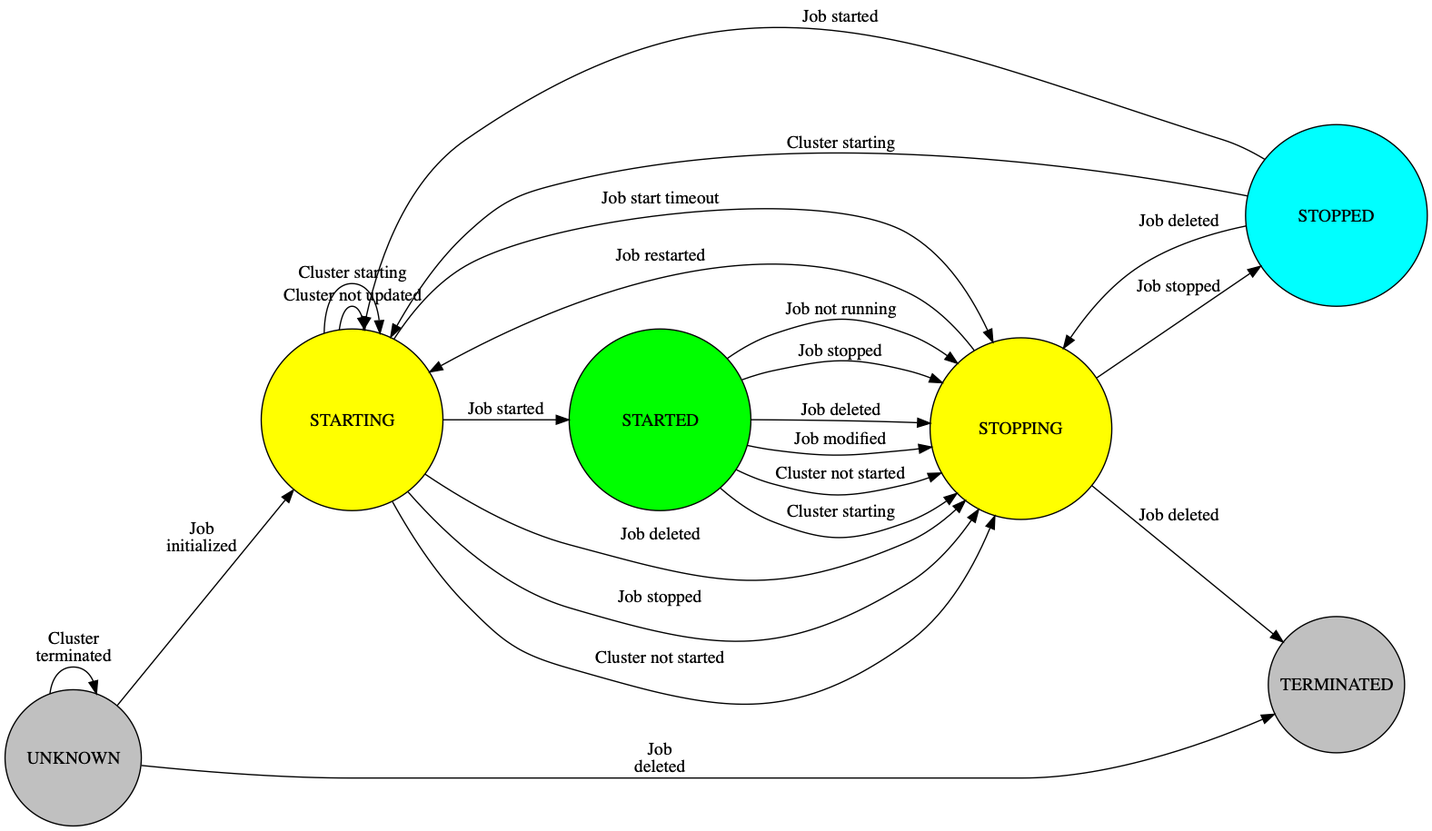
Before: graphs/flink-job.png, a diagram exported from Graphviz (nextbreakpoint/flink-k8s-toolbox). Its source is kept beside it as graphs/flink-job.dot.
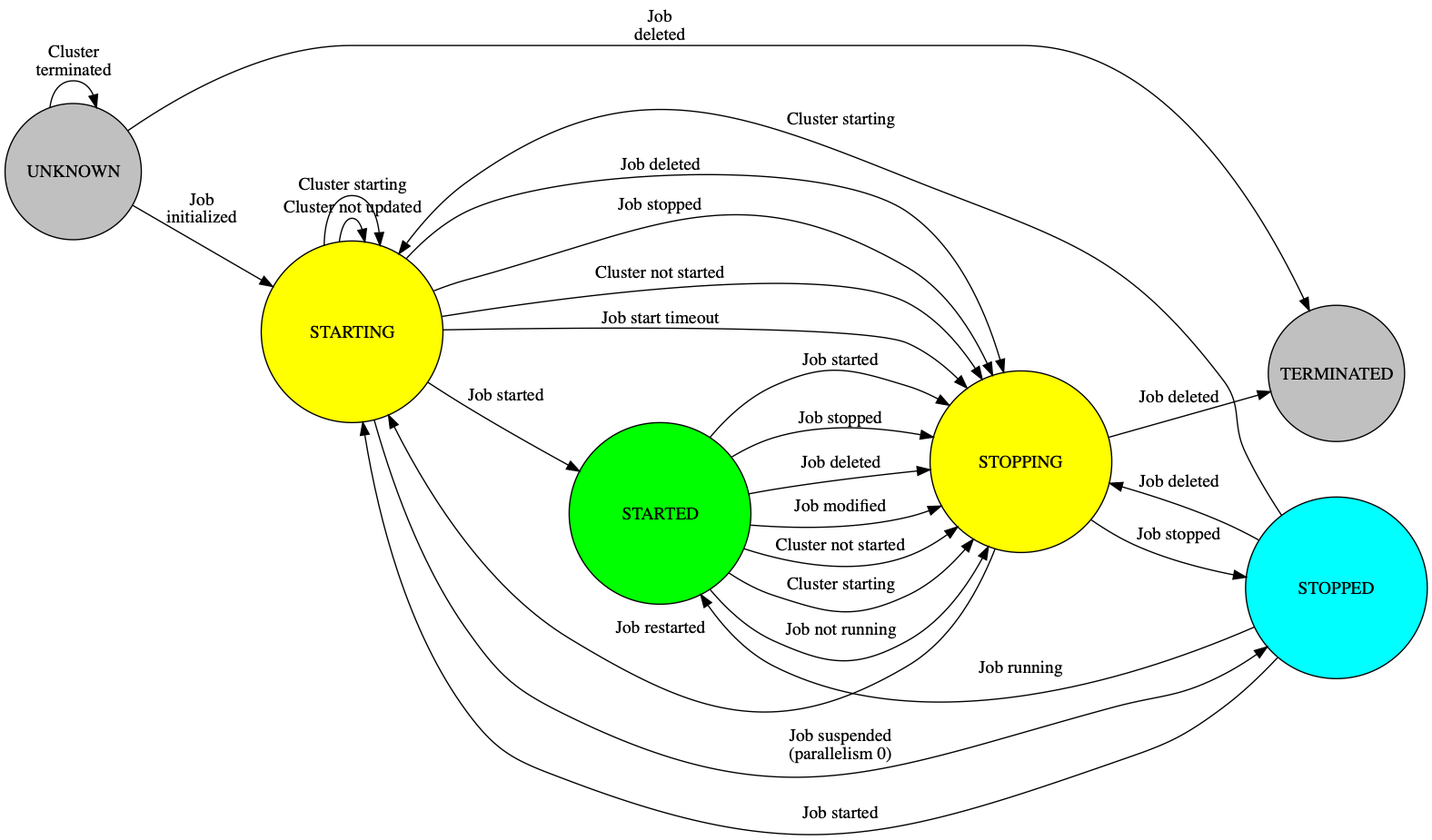
The same file after the commit.

Change to the diagram source:
```diff
@@ -71,6 +71,20 @@
       <TABLE ALIGN="LEFT" BORDER="0" CELLBORDER="0" CELLSPACING="0">
           <TR>
               <TD>Job start timeout</TD>
+          </TR>
+      </TABLE>
+  > ];
+  STARTING -> STOPPED [ label = <
+      <TABLE ALIGN="LEFT" BORDER="0" CELLBORDER="0" CELLSPACING="0">
+          <TR>
+              <TD>Job suspended<BR/>(parallelism 0)</TD>
+          </TR>
+      </TABLE>
+  > ];
+  STARTED -> STOPPING [ label = <
+      <TABLE ALIGN="LEFT" BORDER="0" CELLBORDER="0" CELLSPACING="0">
+          <TR>
+              <TD>Job started</TD>
           </TR>
       </TABLE>
   > ];
@@ -158,6 +172,13 @@
           </TR>
       </TABLE>
   > ];
+  STOPPED -> STARTED [ label = <
+      <TABLE ALIGN="LEFT" BORDER="0" CELLBORDER="0" CELLSPACING="0">
+          <TR>
+              <TD>Job running</TD>
+          </TR>
+      </TABLE>
+  > ];
   UNKNOWN [ label = <
       <TABLE ALIGN="LEFT" BORDER="0" CELLBORDER="0" CELLSPACING="0">
           <TR>
```
